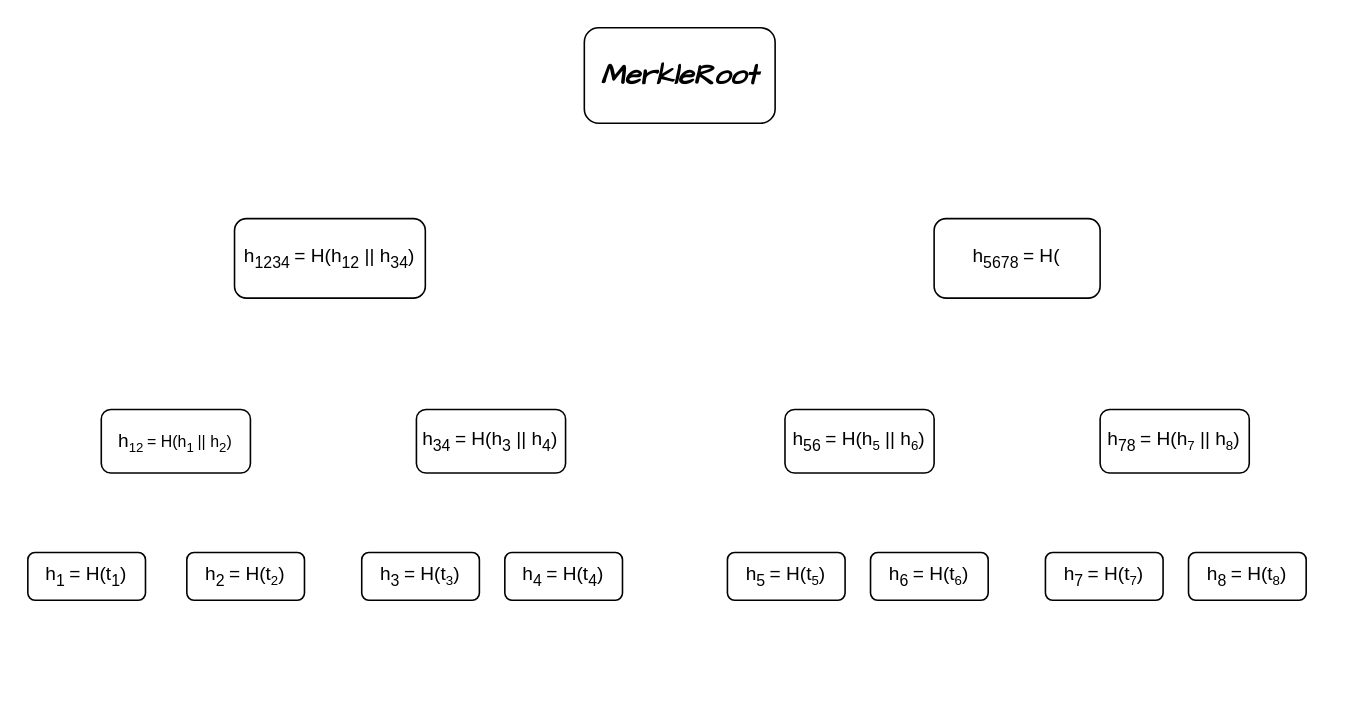
Above: Diagramma senza titolo.drawio in pietro-celati/Jellyfish-Merkle-Tree (draw.io), before the change. Source tidied: cells renumbered, new cells numbered last; positions are measured from the earlier drawing's top-left corner, leaving out a move shared by most shapes. Both pictures are drawn from the tidied source at 159%, with x=0, y=0 at pixel (27, 27).
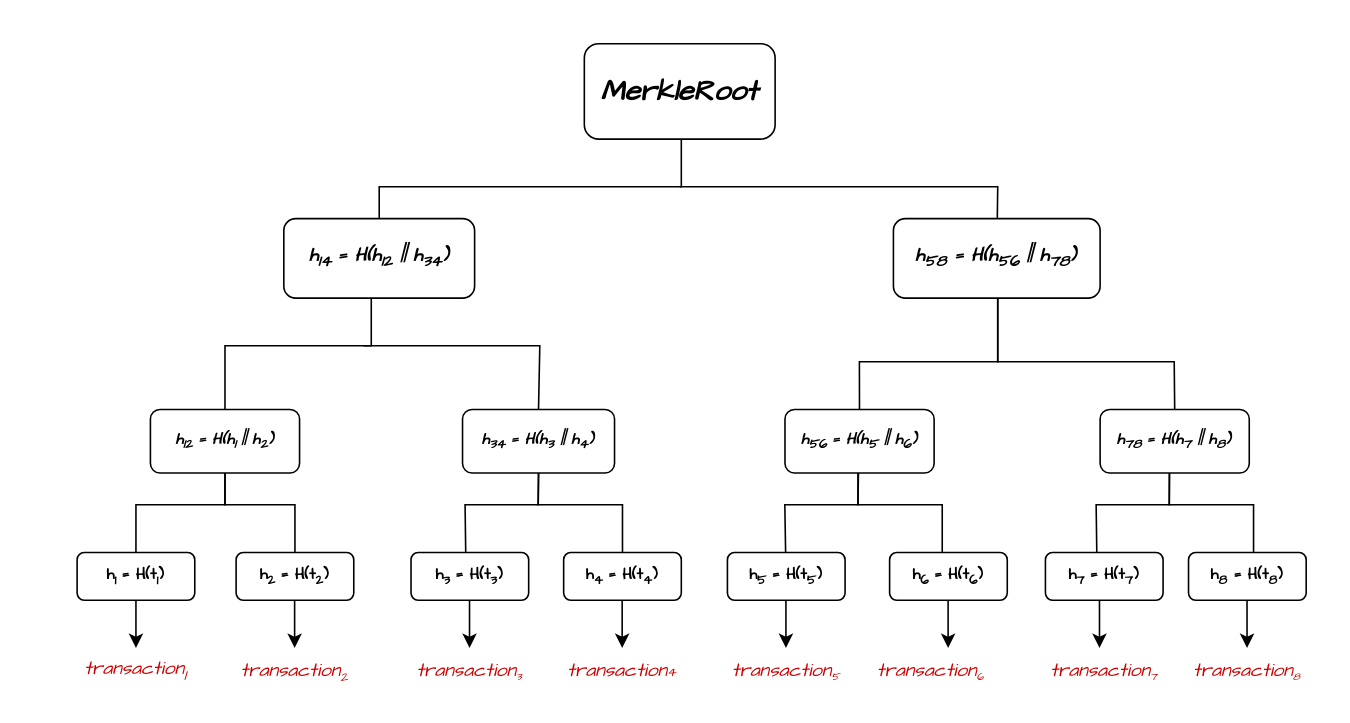
Above is the later version.

Change to the diagram source:
```diff
@@
-    <mxCell id="2" value="&lt;font style=&quot;font-size: 18px;&quot; face=&quot;Comic Sans MS&quot;&gt;&lt;b&gt;&lt;i&gt;MerkleRoot&lt;/i&gt;&lt;/b&gt;&lt;/font&gt;" style="rounded=1;whiteSpace=wrap;html=1;" parent="1" vertex="1">
-      <mxGeometry x="350" width="120" height="60" as="geometry" />
+    <mxCell id="2" value="&lt;font style=&quot;font-size: 18px;&quot;&gt;&lt;b&gt;&lt;i&gt;MerkleRoot&lt;/i&gt;&lt;/b&gt;&lt;/font&gt;" style="rounded=1;whiteSpace=wrap;html=1;fontFamily=Comic Sans MS;" parent="1" vertex="1">
+      <mxGeometry x="350" y="10" width="120" height="60" as="geometry" />
     </mxCell>
-    <mxCell id="3" value="h&lt;sub&gt;5678 &lt;/sub&gt;= H(" style="rounded=1;whiteSpace=wrap;html=1;" parent="1" vertex="1">
-      <mxGeometry x="570" y="120" width="104.4" height="50" as="geometry" />
+    <mxCell id="3" value="h&lt;sub&gt;58&lt;/sub&gt;&amp;nbsp;= H(h&lt;sub&gt;56&lt;/sub&gt;&amp;nbsp;|| h&lt;sub&gt;78&lt;/sub&gt;)" style="rounded=1;whiteSpace=wrap;html=1;fontFamily=Comic Sans MS;fontStyle=3;" parent="1" vertex="1">
+      <mxGeometry x="544.4" y="120" width="130" height="50" as="geometry" />
     </mxCell>
-    <mxCell id="4" value="h&lt;sub&gt;1234 &lt;/sub&gt;= H(h&lt;sub&gt;12&lt;/sub&gt;&amp;nbsp;|| h&lt;sub&gt;34&lt;/sub&gt;)" style="rounded=1;whiteSpace=wrap;html=1;" parent="1" vertex="1">
-      <mxGeometry x="130" y="120" width="120" height="50" as="geometry" />
+    <mxCell id="4" value="h&lt;sub&gt;14 &lt;/sub&gt;= H(h&lt;sub&gt;12&lt;/sub&gt;&amp;nbsp;|| h&lt;sub&gt;34&lt;/sub&gt;)" style="rounded=1;whiteSpace=wrap;html=1;fontFamily=Comic Sans MS;fontStyle=3;" parent="1" vertex="1">
+      <mxGeometry x="161" y="120" width="120" height="50" as="geometry" />
     </mxCell>
-    <mxCell id="5" value="h&lt;sub&gt;78&amp;nbsp;&lt;/sub&gt;= H(h&lt;span style=&quot;font-size: 10px;&quot;&gt;&lt;sub&gt;7&lt;/sub&gt;&lt;/span&gt;&amp;nbsp;|| h&lt;span style=&quot;font-size: 10px;&quot;&gt;&lt;sub&gt;8&lt;/sub&gt;&lt;/span&gt;)" style="rounded=1;whiteSpace=wrap;html=1;" parent="1" vertex="1">
+    <mxCell id="5" value="h&lt;sub&gt;78&amp;nbsp;&lt;/sub&gt;= H(h&lt;span&gt;&lt;sub&gt;7&lt;/sub&gt;&lt;/span&gt;&amp;nbsp;|| h&lt;span&gt;&lt;sub&gt;8&lt;/sub&gt;&lt;/span&gt;)" style="rounded=1;whiteSpace=wrap;html=1;fontFamily=Comic Sans MS;fontSize=10;fontStyle=3;" parent="1" vertex="1">
       <mxGeometry x="674.4" y="240" width="93.8" height="40" as="geometry" />
     </mxCell>
-    <mxCell id="6" value="h&lt;sub&gt;56&amp;nbsp;&lt;/sub&gt;= H(h&lt;span style=&quot;font-size: 10px;&quot;&gt;&lt;sub&gt;5&lt;/sub&gt;&lt;/span&gt;&amp;nbsp;|| h&lt;span style=&quot;font-size: 10px;&quot;&gt;&lt;sub&gt;6&lt;/sub&gt;&lt;/span&gt;)" style="rounded=1;whiteSpace=wrap;html=1;" parent="1" vertex="1">
+    <mxCell id="6" value="h&lt;sub&gt;56&amp;nbsp;&lt;/sub&gt;= H(h&lt;span&gt;&lt;sub&gt;5&lt;/sub&gt;&lt;/span&gt;&amp;nbsp;|| h&lt;span&gt;&lt;sub&gt;6&lt;/sub&gt;&lt;/span&gt;)" style="rounded=1;whiteSpace=wrap;html=1;fontFamily=Comic Sans MS;fontSize=10;fontStyle=3;" parent="1" vertex="1">
       <mxGeometry x="476.2" y="240" width="93.8" height="40" as="geometry" />
     </mxCell>
-    <mxCell id="7" value="h&lt;sub&gt;34 &lt;/sub&gt;= H(h&lt;sub&gt;3&lt;/sub&gt;&amp;nbsp;|| h&lt;sub&gt;4&lt;/sub&gt;)" style="rounded=1;whiteSpace=wrap;html=1;" parent="1" vertex="1">
-      <mxGeometry x="244.4" y="240" width="93.8" height="40" as="geometry" />
+    <mxCell id="7" value="h&lt;sub&gt;34 &lt;/sub&gt;= H(h&lt;sub&gt;3&lt;/sub&gt;&amp;nbsp;|| h&lt;sub&gt;4&lt;/sub&gt;)" style="rounded=1;whiteSpace=wrap;html=1;fontFamily=Comic Sans MS;fontSize=10;fontStyle=3;" parent="1" vertex="1">
+      <mxGeometry x="273.4" y="240" width="95.6" height="40" as="geometry" />
     </mxCell>
-    <mxCell id="8" value="h&lt;span style=&quot;font-size: 10px;&quot;&gt;&lt;sub&gt;12&amp;nbsp;&lt;/sub&gt;= H(h&lt;sub&gt;1&amp;nbsp;&lt;/sub&gt;|| h&lt;sub&gt;2&lt;/sub&gt;)&lt;/span&gt;" style="rounded=1;whiteSpace=wrap;html=1;" parent="1" vertex="1">
-      <mxGeometry x="46.2" y="240" width="93.8" height="40" as="geometry" />
+    <mxCell id="8" value="h&lt;span&gt;&lt;sub&gt;12&amp;nbsp;&lt;/sub&gt;= H(h&lt;sub&gt;1&amp;nbsp;&lt;/sub&gt;|| h&lt;sub&gt;2&lt;/sub&gt;)&lt;/span&gt;" style="rounded=1;whiteSpace=wrap;html=1;fontFamily=Comic Sans MS;fontSize=10;fontStyle=3;" parent="1" vertex="1">
+      <mxGeometry x="77.1" y="240" width="93.8" height="40" as="geometry" />
     </mxCell>
-    <mxCell id="9" value="h&lt;sub&gt;3&amp;nbsp;&lt;/sub&gt;= H(t&lt;span style=&quot;font-size: 10px;&quot;&gt;&lt;sub&gt;3&lt;/sub&gt;&lt;/span&gt;)" style="rounded=1;whiteSpace=wrap;html=1;" parent="1" vertex="1">
-      <mxGeometry x="210" y="330" width="74" height="30" as="geometry" />
+    <mxCell id="9" value="h&lt;sub&gt;3&amp;nbsp;&lt;/sub&gt;= H(t&lt;span&gt;&lt;sub&gt;3&lt;/sub&gt;&lt;/span&gt;)" style="rounded=1;whiteSpace=wrap;html=1;fontFamily=Comic Sans MS;fontSize=10;fontStyle=1;" parent="1" vertex="1">
+      <mxGeometry x="241" y="330" width="74" height="30" as="geometry" />
     </mxCell>
-    <mxCell id="10" value="h&lt;sub&gt;2&amp;nbsp;&lt;/sub&gt;= H(t&lt;span style=&quot;font-size: 10px;&quot;&gt;&lt;sub&gt;2&lt;/sub&gt;&lt;/span&gt;)" style="rounded=1;whiteSpace=wrap;html=1;" parent="1" vertex="1">
-      <mxGeometry x="100" y="330" width="74" height="30" as="geometry" />
+    <mxCell id="10" value="h&lt;sub&gt;2&amp;nbsp;&lt;/sub&gt;= H(t&lt;span&gt;&lt;sub&gt;2&lt;/sub&gt;&lt;/span&gt;)" style="rounded=1;whiteSpace=wrap;html=1;fontFamily=Comic Sans MS;fontSize=10;fontStyle=1;" parent="1" vertex="1">
+      <mxGeometry x="131" y="330" width="74" height="30" as="geometry" />
     </mxCell>
-    <mxCell id="11" value="h&lt;sub&gt;1 &lt;/sub&gt;= H(t&lt;sub&gt;1&lt;/sub&gt;)" style="rounded=1;whiteSpace=wrap;html=1;" parent="1" vertex="1">
-      <mxGeometry y="330" width="74" height="30" as="geometry" />
+    <mxCell id="11" value="h&lt;sub&gt;1 &lt;/sub&gt;= H(t&lt;sub&gt;1&lt;/sub&gt;)" style="rounded=1;whiteSpace=wrap;html=1;fontFamily=Comic Sans MS;fontSize=10;fontStyle=1;" parent="1" vertex="1">
+      <mxGeometry x="31" y="330" width="74" height="30" as="geometry" />
     </mxCell>
-    <mxCell id="12" value="h&lt;sub&gt;8&lt;/sub&gt;&lt;span style=&quot;font-size: 10px;&quot;&gt; &lt;/span&gt;= H(t&lt;span style=&quot;font-size: 10px;&quot;&gt;&lt;sub&gt;8&lt;/sub&gt;&lt;/span&gt;)" style="rounded=1;whiteSpace=wrap;html=1;" parent="1" vertex="1">
+    <mxCell id="12" value="h&lt;sub&gt;8&lt;/sub&gt;&lt;span&gt; &lt;/span&gt;= H(t&lt;span&gt;&lt;sub&gt;8&lt;/sub&gt;&lt;/span&gt;)" style="rounded=1;whiteSpace=wrap;html=1;fontFamily=Comic Sans MS;fontSize=10;fontStyle=1;" parent="1" vertex="1">
       <mxGeometry x="730" y="330" width="74" height="30" as="geometry" />
     </mxCell>
-    <mxCell id="13" value="h&lt;sub&gt;7&amp;nbsp;&lt;/sub&gt;= H(t&lt;span style=&quot;font-size: 10px;&quot;&gt;&lt;sub&gt;7&lt;/sub&gt;&lt;/span&gt;)" style="rounded=1;whiteSpace=wrap;html=1;" parent="1" vertex="1">
+    <mxCell id="13" value="h&lt;sub&gt;7&amp;nbsp;&lt;/sub&gt;= H(t&lt;span&gt;&lt;sub&gt;7&lt;/sub&gt;&lt;/span&gt;)" style="rounded=1;whiteSpace=wrap;html=1;fontFamily=Comic Sans MS;fontSize=10;fontStyle=1;" parent="1" vertex="1">
       <mxGeometry x="640" y="330" width="74" height="30" as="geometry" />
     </mxCell>
-    <mxCell id="14" value="h&lt;sub&gt;6&amp;nbsp;&lt;/sub&gt;= H(t&lt;span style=&quot;font-size: 10px;&quot;&gt;&lt;sub&gt;6&lt;/sub&gt;&lt;/span&gt;)" style="rounded=1;whiteSpace=wrap;html=1;" parent="1" vertex="1">
-      <mxGeometry x="530" y="330" width="74" height="30" as="geometry" />
+    <mxCell id="14" value="h&lt;sub&gt;6&amp;nbsp;&lt;/sub&gt;= H(t&lt;span&gt;&lt;sub&gt;6&lt;/sub&gt;&lt;/span&gt;)" style="rounded=1;whiteSpace=wrap;html=1;fontFamily=Comic Sans MS;fontSize=10;fontStyle=1;" parent="1" vertex="1">
+      <mxGeometry x="542" y="330" width="74" height="30" as="geometry" />
     </mxCell>
-    <mxCell id="15" value="h&lt;sub&gt;5&amp;nbsp;&lt;/sub&gt;= H(t&lt;span style=&quot;font-size: 10px;&quot;&gt;&lt;sub&gt;5&lt;/sub&gt;&lt;/span&gt;)" style="rounded=1;whiteSpace=wrap;html=1;" parent="1" vertex="1">
+    <mxCell id="15" value="h&lt;sub&gt;5&amp;nbsp;&lt;/sub&gt;= H(t&lt;span&gt;&lt;sub&gt;5&lt;/sub&gt;&lt;/span&gt;)" style="rounded=1;whiteSpace=wrap;html=1;fontFamily=Comic Sans MS;fontSize=10;fontStyle=1;" parent="1" vertex="1">
       <mxGeometry x="440" y="330" width="74" height="30" as="geometry" />
     </mxCell>
-    <mxCell id="16" value="h&lt;sub&gt;4 &lt;/sub&gt;= H(t&lt;sub&gt;4&lt;/sub&gt;)" style="rounded=1;whiteSpace=wrap;html=1;" parent="1" vertex="1">
-      <mxGeometry x="300" y="330" width="74" height="30" as="geometry" />
+    <mxCell id="16" value="h&lt;sub&gt;4 &lt;/sub&gt;= H(t&lt;sub&gt;4&lt;/sub&gt;)" style="rounded=1;whiteSpace=wrap;html=1;fontFamily=Comic Sans MS;fontSize=10;fontStyle=1;" parent="1" vertex="1">
+      <mxGeometry x="337" y="330" width="74" height="30" as="geometry" />
     </mxCell>
+    <mxCell id="17" value="transaction&lt;sub&gt;1&lt;/sub&gt;" style="text;html=1;align=center;verticalAlign=middle;whiteSpace=wrap;rounded=0;fontFamily=Comic Sans MS;fontStyle=2;fontColor=#CC0000;" parent="1" vertex="1">
+      <mxGeometry x="20" y="390" width="96" height="30" as="geometry" />
+    </mxCell>
+    <mxCell id="18" value="transaction&lt;span style=&quot;font-size: 10px;&quot;&gt;&lt;sub&gt;2&lt;/sub&gt;&lt;/span&gt;" style="text;html=1;align=center;verticalAlign=middle;whiteSpace=wrap;rounded=0;fontFamily=Comic Sans MS;fontStyle=2;fontColor=#CC0000;" parent="1" vertex="1">
+      <mxGeometry x="120" y="390" width="96" height="30" as="geometry" />
+    </mxCell>
+    <mxCell id="19" value="transaction&lt;span style=&quot;font-size: 8.33333px;&quot;&gt;&lt;sub&gt;3&lt;/sub&gt;&lt;/span&gt;" style="text;html=1;align=center;verticalAlign=middle;whiteSpace=wrap;rounded=0;fontFamily=Comic Sans MS;fontStyle=2;fontColor=#CC0000;" parent="1" vertex="1">
+      <mxGeometry x="230" y="390" width="96" height="30" as="geometry" />
+    </mxCell>
+    <mxCell id="20" value="transaction&lt;span style=&quot;font-size: 8.33333px;&quot;&gt;4&lt;/span&gt;" style="text;html=1;align=center;verticalAlign=middle;whiteSpace=wrap;rounded=0;fontFamily=Comic Sans MS;fontStyle=2;fontColor=#CC0000;" parent="1" vertex="1">
+      <mxGeometry x="326" y="390" width="96" height="30" as="geometry" />
+    </mxCell>
+    <mxCell id="21" value="transaction&lt;span style=&quot;font-size: 8.33333px;&quot;&gt;&lt;sub&gt;5&lt;/sub&gt;&lt;/span&gt;" style="text;html=1;align=center;verticalAlign=middle;whiteSpace=wrap;rounded=0;fontFamily=Comic Sans MS;fontStyle=2;fontColor=#CC0000;" parent="1" vertex="1">
+      <mxGeometry x="429" y="390" width="96" height="30" as="geometry" />
+    </mxCell>
+    <mxCell id="22" value="transaction&lt;span style=&quot;font-size: 8.33333px;&quot;&gt;&lt;sub&gt;6&lt;/sub&gt;&lt;/span&gt;" style="text;html=1;align=center;verticalAlign=middle;whiteSpace=wrap;rounded=0;fontFamily=Comic Sans MS;fontStyle=2;fontColor=#CC0000;" parent="1" vertex="1">
+      <mxGeometry x="520" y="390" width="96" height="30" as="geometry" />
+    </mxCell>
+    <mxCell id="23" value="transaction&lt;span style=&quot;font-size: 8.33333px;&quot;&gt;&lt;sub&gt;7&lt;/sub&gt;&lt;/span&gt;" style="text;html=1;align=center;verticalAlign=middle;whiteSpace=wrap;rounded=0;fontFamily=Comic Sans MS;fontStyle=2;fontColor=#CC0000;" parent="1" vertex="1">
+      <mxGeometry x="629" y="390" width="96" height="30" as="geometry" />
+    </mxCell>
+    <mxCell id="24" value="transaction&lt;span style=&quot;font-size: 8.33333px;&quot;&gt;&lt;sub&gt;8&lt;/sub&gt;&lt;/span&gt;" style="text;html=1;align=center;verticalAlign=middle;whiteSpace=wrap;rounded=0;fontFamily=Comic Sans MS;fontStyle=2;fontColor=#CC0000;" parent="1" vertex="1">
+      <mxGeometry x="719" y="390" width="96" height="30" as="geometry" />
+    </mxCell>
+    <mxCell id="25" style="endArrow=none;html=1;rounded=0;exitX=0.5;exitY=0;exitDx=0;exitDy=0;" parent="1" edge="1" source="8">
+      <mxGeometry relative="1" as="geometry">
+        <mxPoint x="216" y="170" as="targetPoint" />
+        <Array as="points">
+          <mxPoint x="124" y="200" />
+          <mxPoint x="216" y="200" />
+        </Array>
+      </mxGeometry>
+    </mxCell>
+    <mxCell id="26" style="endArrow=none;html=1;rounded=0;exitX=0.5;exitY=0;exitDx=0;exitDy=0;" parent="1" edge="1" source="7">
+      <mxGeometry relative="1" as="geometry">
+        <mxPoint x="241" y="200" as="targetPoint" />
+        <Array as="points">
+          <mxPoint x="322" y="200" />
+          <mxPoint x="211" y="200" />
+        </Array>
+      </mxGeometry>
+    </mxCell>
+    <mxCell id="27" style="endArrow=none;html=1;rounded=0;" parent="1" edge="1" source="6">
+      <mxGeometry relative="1" as="geometry">
+        <mxPoint x="610" y="170" as="targetPoint" />
+        <Array as="points">
+          <mxPoint x="523" y="210" />
+          <mxPoint x="610" y="210" />
+        </Array>
+      </mxGeometry>
+    </mxCell>
+    <mxCell id="28" style="endArrow=none;html=1;rounded=0;exitX=0.5;exitY=0;exitDx=0;exitDy=0;" parent="1" edge="1" source="5">
+      <mxGeometry relative="1" as="geometry">
+        <mxPoint x="610" y="170" as="targetPoint" />
+        <Array as="points">
+          <mxPoint x="721" y="210" />
+          <mxPoint x="610" y="210" />
+        </Array>
+      </mxGeometry>
+    </mxCell>
+    <mxCell id="29" style="endArrow=none;html=1;rounded=0;entryX=0.5;entryY=1;entryDx=0;entryDy=0;exitX=0.5;exitY=0;exitDx=0;exitDy=0;" parent="1" edge="1" source="11" target="8">
+      <mxGeometry relative="1" as="geometry">
+        <Array as="points">
+          <mxPoint x="68" y="300" />
+          <mxPoint x="124" y="300" />
+        </Array>
+      </mxGeometry>
+    </mxCell>
+    <mxCell id="30" style="endArrow=none;html=1;rounded=0;exitX=0.5;exitY=1;exitDx=0;exitDy=0;entryX=0.5;entryY=0;entryDx=0;entryDy=0;" parent="1" edge="1" source="8" target="10">
+      <mxGeometry relative="1" as="geometry">
+        <Array as="points">
+          <mxPoint x="124" y="300" />
+          <mxPoint x="168" y="300" />
+        </Array>
+      </mxGeometry>
+    </mxCell>
+    <mxCell id="31" style="endArrow=none;html=1;rounded=0;entryX=0.5;entryY=1;entryDx=0;entryDy=0;" parent="1" edge="1" target="7">
+      <mxGeometry relative="1" as="geometry">
+        <mxPoint x="275.4" y="330" as="sourcePoint" />
+        <Array as="points">
+          <mxPoint x="275" y="300" />
+          <mxPoint x="321" y="300" />
+        </Array>
+      </mxGeometry>
+    </mxCell>
+    <mxCell id="32" style="endArrow=none;html=1;rounded=0;entryX=0.5;entryY=1;entryDx=0;entryDy=0;exitX=0.5;exitY=0;exitDx=0;exitDy=0;" parent="1" edge="1">
+      <mxGeometry relative="1" as="geometry">
+        <mxPoint x="374" y="330" as="sourcePoint" />
+        <mxPoint x="321.2" y="280" as="targetPoint" />
+        <Array as="points">
+          <mxPoint x="374" y="300" />
+          <mxPoint x="321" y="300" />
+        </Array>
+      </mxGeometry>
+    </mxCell>
+    <mxCell id="33" style="endArrow=none;html=1;rounded=0;entryX=0.5;entryY=1;entryDx=0;entryDy=0;" parent="1" edge="1">
+      <mxGeometry relative="1" as="geometry">
+        <mxPoint x="476.6" y="330" as="sourcePoint" />
+        <mxPoint x="522.1" y="280" as="targetPoint" />
+        <Array as="points">
+          <mxPoint x="476.1" y="300" />
+          <mxPoint x="522.1" y="300" />
+        </Array>
+      </mxGeometry>
+    </mxCell>
+    <mxCell id="34" style="endArrow=none;html=1;rounded=0;entryX=0.5;entryY=1;entryDx=0;entryDy=0;exitX=0.5;exitY=0;exitDx=0;exitDy=0;" parent="1" edge="1">
+      <mxGeometry relative="1" as="geometry">
+        <mxPoint x="575.1" y="330" as="sourcePoint" />
+        <mxPoint x="522.4" y="280" as="targetPoint" />
+        <Array as="points">
+          <mxPoint x="575.1" y="300" />
+          <mxPoint x="522.1" y="300" />
+        </Array>
+      </mxGeometry>
+    </mxCell>
+    <mxCell id="35" style="endArrow=none;html=1;rounded=0;entryX=0.5;entryY=1;entryDx=0;entryDy=0;" parent="1" edge="1">
+      <mxGeometry relative="1" as="geometry">
+        <mxPoint x="672.3" y="330" as="sourcePoint" />
+        <mxPoint x="717.9" y="280" as="targetPoint" />
+        <Array as="points">
+          <mxPoint x="671.9" y="300" />
+          <mxPoint x="717.9" y="300" />
+        </Array>
+      </mxGeometry>
+    </mxCell>
+    <mxCell id="36" style="endArrow=none;html=1;rounded=0;entryX=0.5;entryY=1;entryDx=0;entryDy=0;exitX=0.5;exitY=0;exitDx=0;exitDy=0;" parent="1" edge="1">
+      <mxGeometry relative="1" as="geometry">
+        <mxPoint x="770.9" y="330" as="sourcePoint" />
+        <mxPoint x="718.1" y="280" as="targetPoint" />
+        <Array as="points">
+          <mxPoint x="770.9" y="300" />
+          <mxPoint x="717.9" y="300" />
+        </Array>
+      </mxGeometry>
+    </mxCell>
+    <mxCell id="37" style="endArrow=classic;html=1;rounded=0;exitX=0.5;exitY=1;exitDx=0;exitDy=0;" parent="1" edge="1" source="11">
+      <mxGeometry relative="1" as="geometry">
+        <mxPoint x="68" y="390" as="targetPoint" />
+      </mxGeometry>
+    </mxCell>
+    <mxCell id="38" style="endArrow=classic;html=1;rounded=0;exitX=0.5;exitY=1;exitDx=0;exitDy=0;" parent="1" edge="1">
+      <mxGeometry relative="1" as="geometry">
+        <mxPoint x="167.8" y="360" as="sourcePoint" />
+        <mxPoint x="167.8" y="390" as="targetPoint" />
+      </mxGeometry>
+    </mxCell>
+    <mxCell id="39" style="endArrow=classic;html=1;rounded=0;exitX=0.5;exitY=1;exitDx=0;exitDy=0;" parent="1" edge="1">
+      <mxGeometry relative="1" as="geometry">
+        <mxPoint x="277.8" y="360" as="sourcePoint" />
+        <mxPoint x="277.8" y="390" as="targetPoint" />
+      </mxGeometry>
+    </mxCell>
+    <mxCell id="40" style="endArrow=classic;html=1;rounded=0;exitX=0.5;exitY=1;exitDx=0;exitDy=0;" parent="1" edge="1">
+      <mxGeometry relative="1" as="geometry">
+        <mxPoint x="373.8" y="360" as="sourcePoint" />
+        <mxPoint x="373.8" y="390" as="targetPoint" />
+      </mxGeometry>
+    </mxCell>
+    <mxCell id="41" style="endArrow=classic;html=1;rounded=0;exitX=0.5;exitY=1;exitDx=0;exitDy=0;" parent="1" edge="1">
+      <mxGeometry relative="1" as="geometry">
+        <mxPoint x="476.8" y="360" as="sourcePoint" />
+        <mxPoint x="476.8" y="390" as="targetPoint" />
+      </mxGeometry>
+    </mxCell>
+    <mxCell id="42" style="endArrow=classic;html=1;rounded=0;exitX=0.5;exitY=1;exitDx=0;exitDy=0;" parent="1" edge="1">
+      <mxGeometry relative="1" as="geometry">
+        <mxPoint x="578.8" y="360" as="sourcePoint" />
+        <mxPoint x="578.8" y="390" as="targetPoint" />
+      </mxGeometry>
+    </mxCell>
+    <mxCell id="43" style="endArrow=classic;html=1;rounded=0;exitX=0.5;exitY=1;exitDx=0;exitDy=0;" parent="1" edge="1">
+      <mxGeometry relative="1" as="geometry">
+        <mxPoint x="674" y="360" as="sourcePoint" />
+        <mxPoint x="674" y="390" as="targetPoint" />
+      </mxGeometry>
+    </mxCell>
+    <mxCell id="44" style="endArrow=classic;html=1;rounded=0;exitX=0.5;exitY=1;exitDx=0;exitDy=0;" parent="1" edge="1">
+      <mxGeometry relative="1" as="geometry">
+        <mxPoint x="766.8" y="360" as="sourcePoint" />
+        <mxPoint x="766.8" y="390" as="targetPoint" />
+      </mxGeometry>
+    </mxCell>
+    <mxCell id="45" style="endArrow=none;html=1;rounded=0;entryX=0.5;entryY=1;entryDx=0;entryDy=0;exitX=0.5;exitY=0;exitDx=0;exitDy=0;" parent="1" edge="1" source="4">
+      <mxGeometry relative="1" as="geometry">
+        <mxPoint x="411" y="70" as="targetPoint" />
+        <Array as="points">
+          <mxPoint x="221" y="100" />
+          <mxPoint x="411" y="100" />
+        </Array>
+      </mxGeometry>
+    </mxCell>
+    <mxCell id="46" style="endArrow=none;html=1;rounded=0;" parent="1" edge="1" source="3">
+      <mxGeometry relative="1" as="geometry">
+        <mxPoint x="410" y="100" as="targetPoint" />
+        <Array as="points">
+          <mxPoint x="610" y="100" />
+        </Array>
+      </mxGeometry>
+    </mxCell>
```
